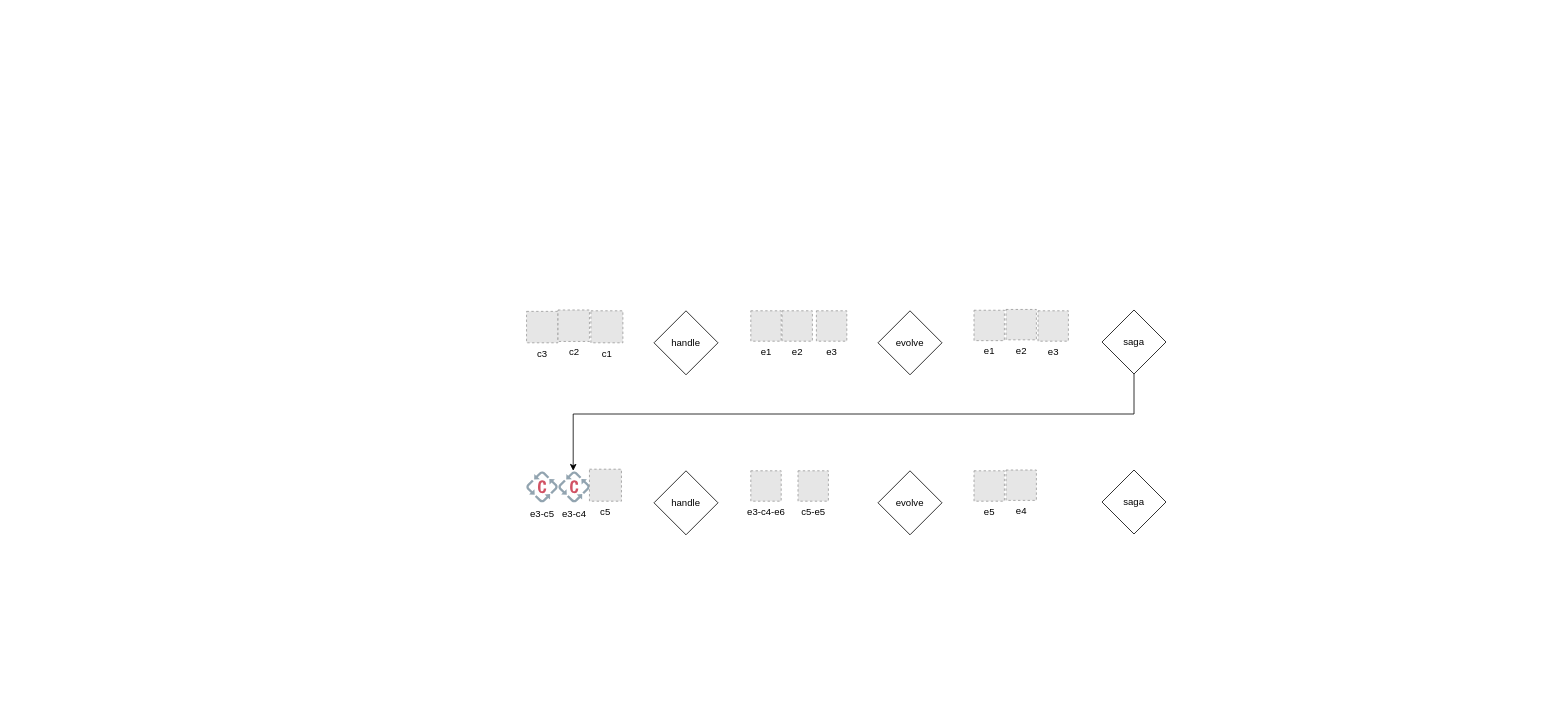
Before: .docs/eventsourcing.drawio in memoria-io/reactive, a draw.io diagram. Source tidied: cells renumbered, new cells numbered last; positions are measured from the earlier drawing's top-left corner, leaving out a move shared by most shapes. Both pictures are drawn from the tidied source at 80%, with x=0, y=0 at pixel (526, 309). Pictures stored in the file or linked from it are replaced by grey dashed boxes.
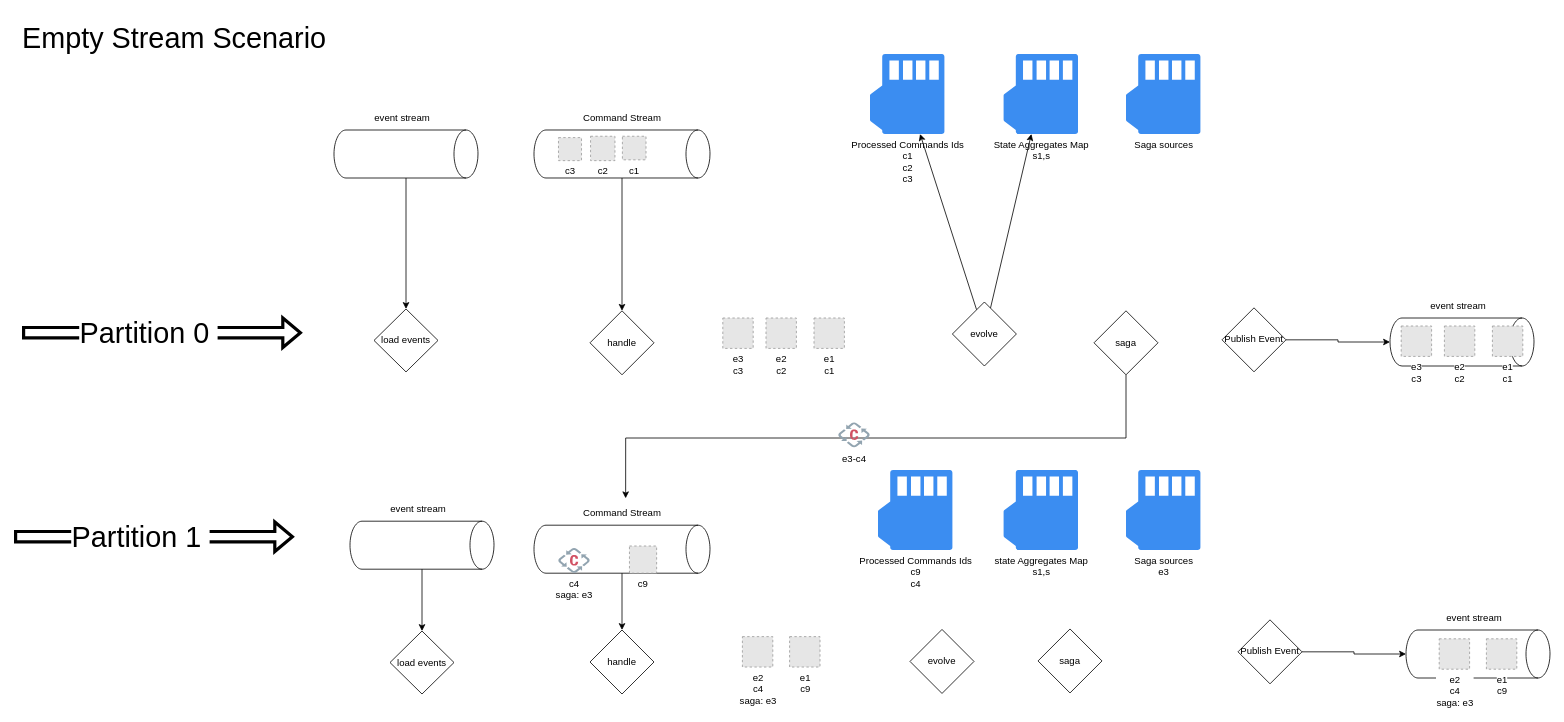
The same page after the edit.

Change to the diagram source:
```diff
@@
-    <mxCell id="2" value="e3" style="fillColor=#E6E6E6;strokeColor=#999999;dashed=1;html=1;verticalAlign=top;verticalLabelPosition=bottom;labelBackgroundColor=#ffffff;" parent="1" vertex="1">
-      <mxGeometry x="363" y="2" width="38" height="38" as="geometry" />
+    <mxCell id="2" value="e3&lt;br&gt;c3" style="fillColor=#E6E6E6;strokeColor=#999999;dashed=1;html=1;verticalAlign=top;verticalLabelPosition=bottom;labelBackgroundColor=#ffffff;" parent="1" vertex="1">
+      <mxGeometry x="246" y="11" width="38" height="38" as="geometry" />
     </mxCell>
-    <mxCell id="3" value="e2" style="fillColor=#E6E6E6;strokeColor=#999999;dashed=1;html=1;verticalAlign=top;verticalLabelPosition=bottom;labelBackgroundColor=#ffffff;" parent="1" vertex="1">
-      <mxGeometry x="320" y="2" width="38" height="38" as="geometry" />
-    </mxCell>
-    <mxCell id="4" value="e1" style="fillColor=#E6E6E6;strokeColor=#999999;dashed=1;html=1;verticalAlign=top;verticalLabelPosition=bottom;labelBackgroundColor=#ffffff;" parent="1" vertex="1">
-      <mxGeometry x="281" y="2" width="38" height="38" as="geometry" />
-    </mxCell>
     <mxCell id="5" value="handle" style="rhombus;whiteSpace=wrap;html=1;" parent="1" vertex="1">
-      <mxGeometry x="160" y="2" width="80" height="80" as="geometry" />
+      <mxGeometry x="80" y="2" width="80" height="80" as="geometry" />
     </mxCell>
+    <mxCell id="25" style="rounded=0;jettySize=auto;html=1;" parent="1" edge="1" source="6" target="37">
+      <mxGeometry relative="1" as="geometry" />
+    </mxCell>
+    <mxCell id="26" style="rounded=0;jettySize=auto;html=1;" parent="1" edge="1" source="6" target="38">
+      <mxGeometry relative="1" as="geometry" />
+    </mxCell>
     <mxCell id="6" value="evolve" style="rhombus;whiteSpace=wrap;html=1;" parent="1" vertex="1">
-      <mxGeometry x="440" y="2" width="80" height="80" as="geometry" />
+      <mxGeometry x="533" y="-9" width="80" height="80" as="geometry" />
     </mxCell>
-    <mxCell id="7" value="e3" style="fillColor=#E6E6E6;strokeColor=#999999;dashed=1;html=1;verticalAlign=top;verticalLabelPosition=bottom;labelBackgroundColor=#ffffff;" parent="1" vertex="1">
-      <mxGeometry x="640" y="2" width="38" height="38" as="geometry" />
-    </mxCell>
-    <mxCell id="8" value="e2" style="fillColor=#E6E6E6;strokeColor=#999999;dashed=1;html=1;verticalAlign=top;verticalLabelPosition=bottom;labelBackgroundColor=#ffffff;" parent="1" vertex="1">
-      <mxGeometry x="600" y="0.3" width="38" height="38" as="geometry" />
-    </mxCell>
-    <mxCell id="9" value="e1" style="fillColor=#E6E6E6;strokeColor=#999999;dashed=1;html=1;verticalAlign=top;verticalLabelPosition=bottom;labelBackgroundColor=#ffffff;" parent="1" vertex="1">
-      <mxGeometry x="560" y="1.3" width="38" height="38" as="geometry" />
-    </mxCell>
-    <mxCell id="10" value="c3" style="fillColor=#E6E6E6;strokeColor=#999999;dashed=1;html=1;verticalAlign=top;verticalLabelPosition=bottom;labelBackgroundColor=#ffffff;" parent="1" vertex="1">
-      <mxGeometry x="0.7" y="2.7" width="39.3" height="39.3" as="geometry" />
-    </mxCell>
-    <mxCell id="11" value="c2" style="fillColor=#E6E6E6;strokeColor=#999999;dashed=1;html=1;verticalAlign=top;verticalLabelPosition=bottom;labelBackgroundColor=#ffffff;" parent="1" vertex="1">
-      <mxGeometry x="40" y="1" width="39.3" height="39.3" as="geometry" />
-    </mxCell>
-    <mxCell id="12" value="c1" style="fillColor=#E6E6E6;strokeColor=#999999;dashed=1;html=1;verticalAlign=top;verticalLabelPosition=bottom;labelBackgroundColor=#ffffff;" parent="1" vertex="1">
-      <mxGeometry x="81.1" y="2" width="40" height="40" as="geometry" />
-    </mxCell>
-    <mxCell id="13" style="edgeStyle=orthogonalEdgeStyle;rounded=0;jettySize=auto;html=1;" parent="1" edge="1" source="14" target="22">
-      <mxGeometry relative="1" as="geometry">
-        <Array as="points">
-          <mxPoint x="760" y="131" />
-          <mxPoint x="59" y="131" />
-        </Array>
-      </mxGeometry>
-    </mxCell>
+    <mxCell id="27" style="edgeStyle=orthogonalEdgeStyle;rounded=0;jettySize=auto;html=1;entryX=0.538;entryY=-0.122;entryDx=0;entryDy=0;entryPerimeter=0;exitX=0.5;exitY=1;exitDx=0;exitDy=0;" parent="1" edge="1" source="14" target="44">
+      <mxGeometry relative="1" as="geometry">
+        <Array as="points">
+          <mxPoint x="750" y="161" />
+          <mxPoint x="125" y="161" />
+        </Array>
+      </mxGeometry>
+    </mxCell>
     <mxCell id="14" value="saga" style="rhombus;whiteSpace=wrap;html=1;" parent="1" vertex="1">
-      <mxGeometry x="720" y="1" width="80" height="80" as="geometry" />
+      <mxGeometry x="710" y="2" width="80" height="80" as="geometry" />
     </mxCell>
-    <mxCell id="15" value="c5-e5" style="fillColor=#E6E6E6;strokeColor=#999999;dashed=1;html=1;verticalAlign=top;verticalLabelPosition=bottom;labelBackgroundColor=#ffffff;" parent="1" vertex="1">
-      <mxGeometry x="340" y="202" width="38" height="38" as="geometry" />
+    <mxCell id="15" value="e1&lt;br&gt;c9" style="fillColor=#E6E6E6;strokeColor=#999999;dashed=1;html=1;verticalAlign=top;verticalLabelPosition=bottom;labelBackgroundColor=#ffffff;" parent="1" vertex="1">
+      <mxGeometry x="329.5" y="409.3" width="38" height="38" as="geometry" />
     </mxCell>
-    <mxCell id="16" value="e3-c4-e6" style="fillColor=#E6E6E6;strokeColor=#999999;dashed=1;html=1;verticalAlign=top;verticalLabelPosition=bottom;labelBackgroundColor=#ffffff;" parent="1" vertex="1">
-      <mxGeometry x="281" y="202" width="38" height="38" as="geometry" />
+    <mxCell id="16" value="e2&lt;br&gt;c4&lt;br&gt;saga: e3" style="fillColor=#E6E6E6;strokeColor=#999999;dashed=1;html=1;verticalAlign=top;verticalLabelPosition=bottom;labelBackgroundColor=#ffffff;" parent="1" vertex="1">
+      <mxGeometry x="270.5" y="409.3" width="38" height="38" as="geometry" />
     </mxCell>
     <mxCell id="17" value="handle" style="rhombus;whiteSpace=wrap;html=1;" parent="1" vertex="1">
-      <mxGeometry x="160" y="202" width="80" height="80" as="geometry" />
+      <mxGeometry x="80" y="401" width="80" height="80" as="geometry" />
     </mxCell>
     <mxCell id="18" value="evolve" style="rhombus;whiteSpace=wrap;html=1;" parent="1" vertex="1">
-      <mxGeometry x="440" y="202" width="80" height="80" as="geometry" />
+      <mxGeometry x="480" y="400.3" width="80" height="80" as="geometry" />
     </mxCell>
-    <mxCell id="19" value="e4" style="fillColor=#E6E6E6;strokeColor=#999999;dashed=1;html=1;verticalAlign=top;verticalLabelPosition=bottom;labelBackgroundColor=#ffffff;" parent="1" vertex="1">
-      <mxGeometry x="600" y="201" width="38" height="38" as="geometry" />
-    </mxCell>
-    <mxCell id="20" value="e5" style="fillColor=#E6E6E6;strokeColor=#999999;dashed=1;html=1;verticalAlign=top;verticalLabelPosition=bottom;labelBackgroundColor=#ffffff;" parent="1" vertex="1">
-      <mxGeometry x="560" y="202" width="38" height="38" as="geometry" />
-    </mxCell>
     <mxCell id="21" value="saga" style="rhombus;whiteSpace=wrap;html=1;" parent="1" vertex="1">
-      <mxGeometry x="720" y="201" width="80" height="80" as="geometry" />
+      <mxGeometry x="640" y="399.7" width="80" height="80" as="geometry" />
     </mxCell>
+    <mxCell id="28" value="&lt;font style=&quot;font-size: 36px;&quot;&gt;Empty Stream Scenario&lt;/font&gt;" style="text;html=1;align=center;verticalAlign=middle;strokeColor=none;fillColor=none;" parent="1" vertex="1">
+      <mxGeometry x="-640" y="-369" width="400" height="60" as="geometry" />
+    </mxCell>
+    <mxCell id="29" style="edgeStyle=orthogonalEdgeStyle;rounded=0;jettySize=auto;html=1;entryX=0.5;entryY=0;entryDx=0;entryDy=0;exitX=1;exitY=0.5;exitDx=0;exitDy=0;exitPerimeter=0;" parent="1" edge="1" source="35" target="30">
+      <mxGeometry relative="1" as="geometry" />
+    </mxCell>
+    <mxCell id="30" value="load events" style="rhombus;whiteSpace=wrap;html=1;" parent="1" vertex="1">
+      <mxGeometry x="-190" y="-0.3" width="80" height="78.7" as="geometry" />
+    </mxCell>
+    <mxCell id="31" style="group;" parent="1" vertex="1">
+      <mxGeometry x="10" y="-254" width="220" height="90" as="geometry" />
+    </mxCell>
+    <mxCell id="32" style="shape=cylinder3;whiteSpace=wrap;html=1;boundedLbl=1;backgroundOutline=1;size=15;rotation=90;" parent="31" vertex="1">
+      <mxGeometry x="80" y="-50" width="60" height="220" as="geometry" />
+    </mxCell>
+    <mxCell id="33" value="Command Stream" style="text;html=1;align=center;verticalAlign=middle;strokeColor=none;fillColor=none;" parent="31" vertex="1">
+      <mxGeometry x="50" width="120" height="30" as="geometry" />
+    </mxCell>
+    <mxCell id="10" value="c3" style="fillColor=#E6E6E6;strokeColor=#999999;dashed=1;html=1;verticalAlign=top;verticalLabelPosition=bottom;labelBackgroundColor=#ffffff;" parent="31" vertex="1">
+      <mxGeometry x="30.6" y="39.5" width="28.8" height="28.8" as="geometry" />
+    </mxCell>
+    <mxCell id="11" value="c2" style="fillColor=#E6E6E6;strokeColor=#999999;dashed=1;html=1;verticalAlign=top;verticalLabelPosition=bottom;labelBackgroundColor=#ffffff;" parent="31" vertex="1">
+      <mxGeometry x="70.7" y="37.8" width="30.5" height="30.5" as="geometry" />
+    </mxCell>
+    <mxCell id="12" value="c1" style="fillColor=#E6E6E6;strokeColor=#999999;dashed=1;html=1;verticalAlign=top;verticalLabelPosition=bottom;labelBackgroundColor=#ffffff;" parent="31" vertex="1">
+      <mxGeometry x="110.5" y="37.8" width="29.5" height="29.5" as="geometry" />
+    </mxCell>
+    <mxCell id="34" style="group;" parent="1" vertex="1">
+      <mxGeometry x="-240" y="-254" width="180" height="90" as="geometry" />
+    </mxCell>
+    <mxCell id="35" style="shape=cylinder3;whiteSpace=wrap;html=1;boundedLbl=1;backgroundOutline=1;size=15;rotation=90;" parent="34" vertex="1">
+      <mxGeometry x="60" y="-30" width="60" height="180" as="geometry" />
+    </mxCell>
+    <mxCell id="36" value="event stream" style="text;html=1;align=center;verticalAlign=middle;strokeColor=none;fillColor=none;" parent="34" vertex="1">
+      <mxGeometry x="40.1" width="90" height="30" as="geometry" />
+    </mxCell>
+    <mxCell id="37" value="Processed Commands Ids&lt;br&gt;c1&lt;br&gt;c2&lt;br&gt;c3" style="sketch=0;html=1;strokeColor=none;shadow=0;fillColor=#3B8DF1;verticalAlign=top;labelPosition=center;verticalLabelPosition=bottom;shape=mxgraph.gcp2.memory_card;" parent="1" vertex="1">
+      <mxGeometry x="430" y="-319" width="93" height="100" as="geometry" />
+    </mxCell>
+    <mxCell id="38" value="State Aggregates Map&lt;br&gt;s1,s&lt;br&gt;" style="sketch=0;html=1;strokeColor=none;shadow=0;fillColor=#3B8DF1;verticalAlign=top;labelPosition=center;verticalLabelPosition=bottom;shape=mxgraph.gcp2.memory_card;" parent="1" vertex="1">
+      <mxGeometry x="597" y="-319" width="93" height="100" as="geometry" />
+    </mxCell>
+    <mxCell id="39" value="Saga sources" style="sketch=0;html=1;strokeColor=none;shadow=0;fillColor=#3B8DF1;verticalAlign=top;labelPosition=center;verticalLabelPosition=bottom;shape=mxgraph.gcp2.memory_card;" parent="1" vertex="1">
+      <mxGeometry x="750" y="-319" width="93" height="100" as="geometry" />
+    </mxCell>
+    <mxCell id="40" style="shape=flexArrow;endArrow=classic;html=1;rounded=0;strokeWidth=4;" parent="1" edge="1">
+      <mxGeometry relative="1" as="geometry">
+        <mxPoint x="-640" y="284.4" as="sourcePoint" />
+        <mxPoint x="-290" y="284.4" as="targetPoint" />
+      </mxGeometry>
+    </mxCell>
+    <mxCell id="41" value="Partition 1&amp;nbsp;" style="edgeLabel;html=1;align=center;verticalAlign=middle;fontSize=36;" parent="40" vertex="1">
+      <mxGeometry x="-0.29" y="-6" relative="1" as="geometry">
+        <mxPoint x="33" y="-6" as="offset" />
+      </mxGeometry>
+    </mxCell>
+    <mxCell id="42" style="group;" parent="1" vertex="1">
+      <mxGeometry x="10" y="240" width="220" height="90" as="geometry" />
+    </mxCell>
+    <mxCell id="43" style="shape=cylinder3;whiteSpace=wrap;html=1;boundedLbl=1;backgroundOutline=1;size=15;rotation=90;" parent="42" vertex="1">
+      <mxGeometry x="80" y="-50" width="60" height="220" as="geometry" />
+    </mxCell>
+    <mxCell id="44" value="Command Stream" style="text;html=1;align=center;verticalAlign=middle;points=[];strokeColor=none;fillColor=none;" parent="42" vertex="1">
+      <mxGeometry x="50" width="120" height="30" as="geometry" />
+    </mxCell>
-    <mxCell id="22" value="e3-c4" style="dashed=0;outlineConnect=0;html=1;align=center;labelPosition=center;verticalLabelPosition=bottom;verticalAlign=top;shape=mxgraph.weblogos.connotea;" parent="1" vertex="1">
-      <mxGeometry x="40.1" y="202" width="40" height="40" as="geometry" />
+    <mxCell id="22" value="c4&lt;br&gt;saga: e3" style="dashed=0;outlineConnect=0;html=1;align=center;labelPosition=center;verticalLabelPosition=bottom;verticalAlign=top;shape=mxgraph.weblogos.connotea;" parent="42" vertex="1">
+      <mxGeometry x="30" y="58" width="40" height="32" as="geometry" />
     </mxCell>
-    <mxCell id="23" value="c5" style="fillColor=#E6E6E6;strokeColor=#999999;dashed=1;html=1;verticalAlign=top;verticalLabelPosition=bottom;labelBackgroundColor=#ffffff;" parent="1" vertex="1">
-      <mxGeometry x="79.3" y="200" width="40" height="40" as="geometry" />
+    <mxCell id="23" value="c9" style="fillColor=#E6E6E6;strokeColor=#999999;dashed=1;html=1;verticalAlign=top;verticalLabelPosition=bottom;labelBackgroundColor=#ffffff;" parent="42" vertex="1">
+      <mxGeometry x="119.3" y="56" width="34" height="34" as="geometry" />
     </mxCell>
-    <mxCell id="24" value="e3-c5" style="dashed=0;html=1;align=center;labelPosition=center;verticalLabelPosition=bottom;verticalAlign=top;shape=mxgraph.weblogos.connotea;" parent="1" vertex="1">
-      <mxGeometry y="202" width="40" height="40" as="geometry" />
-    </mxCell>
+    <mxCell id="45" style="group;" parent="1" vertex="1">
+      <mxGeometry x="-220" y="235" width="180" height="90" as="geometry" />
+    </mxCell>
+    <mxCell id="46" style="shape=cylinder3;whiteSpace=wrap;html=1;boundedLbl=1;backgroundOutline=1;size=15;rotation=90;" parent="45" vertex="1">
+      <mxGeometry x="60" y="-30" width="60" height="180" as="geometry" />
+    </mxCell>
+    <mxCell id="47" value="event stream" style="text;html=1;align=center;verticalAlign=middle;strokeColor=none;fillColor=none;" parent="45" vertex="1">
+      <mxGeometry x="40.1" width="90" height="30" as="geometry" />
+    </mxCell>
+    <mxCell id="48" value="state Aggregates Map&lt;br&gt;s1,s" style="sketch=0;html=1;strokeColor=none;shadow=0;fillColor=#3B8DF1;verticalAlign=top;labelPosition=center;verticalLabelPosition=bottom;shape=mxgraph.gcp2.memory_card;" parent="1" vertex="1">
+      <mxGeometry x="597" y="201" width="93" height="100" as="geometry" />
+    </mxCell>
+    <mxCell id="49" value="Saga sources&lt;br&gt;e3" style="sketch=0;html=1;strokeColor=none;shadow=0;fillColor=#3B8DF1;verticalAlign=top;labelPosition=center;verticalLabelPosition=bottom;shape=mxgraph.gcp2.memory_card;" parent="1" vertex="1">
+      <mxGeometry x="750" y="201" width="93" height="100" as="geometry" />
+    </mxCell>
+    <mxCell id="50" style="edgeStyle=orthogonalEdgeStyle;rounded=0;jettySize=auto;html=1;entryX=0.5;entryY=0;entryDx=0;entryDy=0;" parent="1" edge="1" source="43" target="17">
+      <mxGeometry relative="1" as="geometry" />
+    </mxCell>
+    <mxCell id="51" style="shape=flexArrow;endArrow=classic;html=1;rounded=0;strokeWidth=4;" parent="1" edge="1">
+      <mxGeometry relative="1" as="geometry">
+        <mxPoint x="-630" y="29.4" as="sourcePoint" />
+        <mxPoint x="-280" y="29.4" as="targetPoint" />
+      </mxGeometry>
+    </mxCell>
+    <mxCell id="52" value="Partition 0&amp;nbsp;" style="edgeLabel;html=1;align=center;verticalAlign=middle;fontSize=36;" parent="51" vertex="1">
+      <mxGeometry x="-0.29" y="-6" relative="1" as="geometry">
+        <mxPoint x="33" y="-6" as="offset" />
+      </mxGeometry>
+    </mxCell>
+    <mxCell id="53" value="load events" style="rhombus;whiteSpace=wrap;html=1;" parent="1" vertex="1">
+      <mxGeometry x="-170" y="402.3" width="80" height="78.7" as="geometry" />
+    </mxCell>
+    <mxCell id="54" style="edgeStyle=orthogonalEdgeStyle;rounded=0;jettySize=auto;html=1;" parent="1" edge="1" source="46" target="53">
+      <mxGeometry relative="1" as="geometry" />
+    </mxCell>
+    <mxCell id="55" value="e3-c4" style="dashed=0;html=1;align=center;labelPosition=center;verticalLabelPosition=bottom;verticalAlign=top;shape=mxgraph.weblogos.connotea;" parent="1" vertex="1">
+      <mxGeometry x="390" y="141" width="40" height="32" as="geometry" />
+    </mxCell>
+    <mxCell id="56" value="e2&lt;br&gt;c2" style="fillColor=#E6E6E6;strokeColor=#999999;dashed=1;html=1;verticalAlign=top;verticalLabelPosition=bottom;labelBackgroundColor=#ffffff;" parent="1" vertex="1">
+      <mxGeometry x="300" y="11" width="38" height="38" as="geometry" />
+    </mxCell>
+    <mxCell id="57" value="e1&lt;br&gt;c1" style="fillColor=#E6E6E6;strokeColor=#999999;dashed=1;html=1;verticalAlign=top;verticalLabelPosition=bottom;labelBackgroundColor=#ffffff;" parent="1" vertex="1">
+      <mxGeometry x="360" y="11" width="38" height="38" as="geometry" />
+    </mxCell>
+    <mxCell id="58" style="edgeStyle=orthogonalEdgeStyle;rounded=0;jettySize=auto;html=1;" parent="1" edge="1" source="32" target="5">
+      <mxGeometry relative="1" as="geometry" />
+    </mxCell>
+    <mxCell id="59" value="Processed Commands Ids&lt;br&gt;c9&lt;br&gt;c4" style="sketch=0;html=1;strokeColor=none;shadow=0;fillColor=#3B8DF1;verticalAlign=top;labelPosition=center;verticalLabelPosition=bottom;shape=mxgraph.gcp2.memory_card;" parent="1" vertex="1">
+      <mxGeometry x="440" y="201" width="93" height="100" as="geometry" />
+    </mxCell>
+    <mxCell id="60" style="edgeStyle=orthogonalEdgeStyle;rounded=0;jettySize=auto;html=1;" parent="1" edge="1" source="61" target="63">
+      <mxGeometry relative="1" as="geometry" />
+    </mxCell>
+    <mxCell id="61" value="Publish Event" style="rhombus;whiteSpace=wrap;html=1;" parent="1" vertex="1">
+      <mxGeometry x="870" y="-1.7" width="80" height="80" as="geometry" />
+    </mxCell>
+    <mxCell id="62" style="group;" parent="1" vertex="1">
+      <mxGeometry x="1080" y="-19" width="180" height="90" as="geometry" />
+    </mxCell>
+    <mxCell id="63" style="shape=cylinder3;whiteSpace=wrap;html=1;boundedLbl=1;backgroundOutline=1;size=15;rotation=90;" parent="62" vertex="1">
+      <mxGeometry x="60" y="-30" width="60" height="180" as="geometry" />
+    </mxCell>
+    <mxCell id="64" value="event stream" style="text;html=1;align=center;verticalAlign=middle;strokeColor=none;fillColor=none;" parent="62" vertex="1">
+      <mxGeometry x="40.1" width="90" height="30" as="geometry" />
+    </mxCell>
+    <mxCell id="65" value="e3&lt;br&gt;c3" style="fillColor=#E6E6E6;strokeColor=#999999;dashed=1;html=1;verticalAlign=top;verticalLabelPosition=bottom;labelBackgroundColor=#ffffff;" parent="62" vertex="1">
+      <mxGeometry x="14" y="40" width="38" height="38" as="geometry" />
+    </mxCell>
+    <mxCell id="66" value="e2&lt;br&gt;c2" style="fillColor=#E6E6E6;strokeColor=#999999;dashed=1;html=1;verticalAlign=top;verticalLabelPosition=bottom;labelBackgroundColor=#ffffff;" parent="62" vertex="1">
+      <mxGeometry x="68" y="40" width="38" height="38" as="geometry" />
+    </mxCell>
+    <mxCell id="67" value="e1&lt;br&gt;c1" style="fillColor=#E6E6E6;strokeColor=#999999;dashed=1;html=1;verticalAlign=top;verticalLabelPosition=bottom;labelBackgroundColor=#ffffff;" parent="62" vertex="1">
+      <mxGeometry x="128" y="40" width="38" height="38" as="geometry" />
+    </mxCell>
+    <mxCell id="68" style="edgeStyle=orthogonalEdgeStyle;rounded=0;jettySize=auto;html=1;" parent="1" edge="1" source="69" target="71">
+      <mxGeometry relative="1" as="geometry" />
+    </mxCell>
+    <mxCell id="69" value="Publish Event" style="rhombus;whiteSpace=wrap;html=1;" parent="1" vertex="1">
+      <mxGeometry x="890" y="388.3" width="80" height="80" as="geometry" />
+    </mxCell>
+    <mxCell id="70" style="group;" parent="1" vertex="1">
+      <mxGeometry x="1100" y="371" width="180" height="90" as="geometry" />
+    </mxCell>
+    <mxCell id="71" style="shape=cylinder3;whiteSpace=wrap;html=1;boundedLbl=1;backgroundOutline=1;size=15;rotation=90;" parent="70" vertex="1">
+      <mxGeometry x="60" y="-30" width="60" height="180" as="geometry" />
+    </mxCell>
+    <mxCell id="72" value="event stream" style="text;html=1;align=center;verticalAlign=middle;strokeColor=none;fillColor=none;" parent="70" vertex="1">
+      <mxGeometry x="40.1" width="90" height="30" as="geometry" />
+    </mxCell>
+    <mxCell id="73" value="e1&lt;br&gt;c9" style="fillColor=#E6E6E6;strokeColor=#999999;dashed=1;html=1;verticalAlign=top;verticalLabelPosition=bottom;labelBackgroundColor=#ffffff;" parent="70" vertex="1">
+      <mxGeometry x="100.5" y="41" width="38" height="38" as="geometry" />
+    </mxCell>
+    <mxCell id="74" value="e2&lt;br&gt;c4&lt;br&gt;saga: e3" style="fillColor=#E6E6E6;strokeColor=#999999;dashed=1;html=1;verticalAlign=top;verticalLabelPosition=bottom;labelBackgroundColor=#ffffff;" parent="70" vertex="1">
+      <mxGeometry x="41.5" y="41" width="38" height="38" as="geometry" />
+    </mxCell>
```
